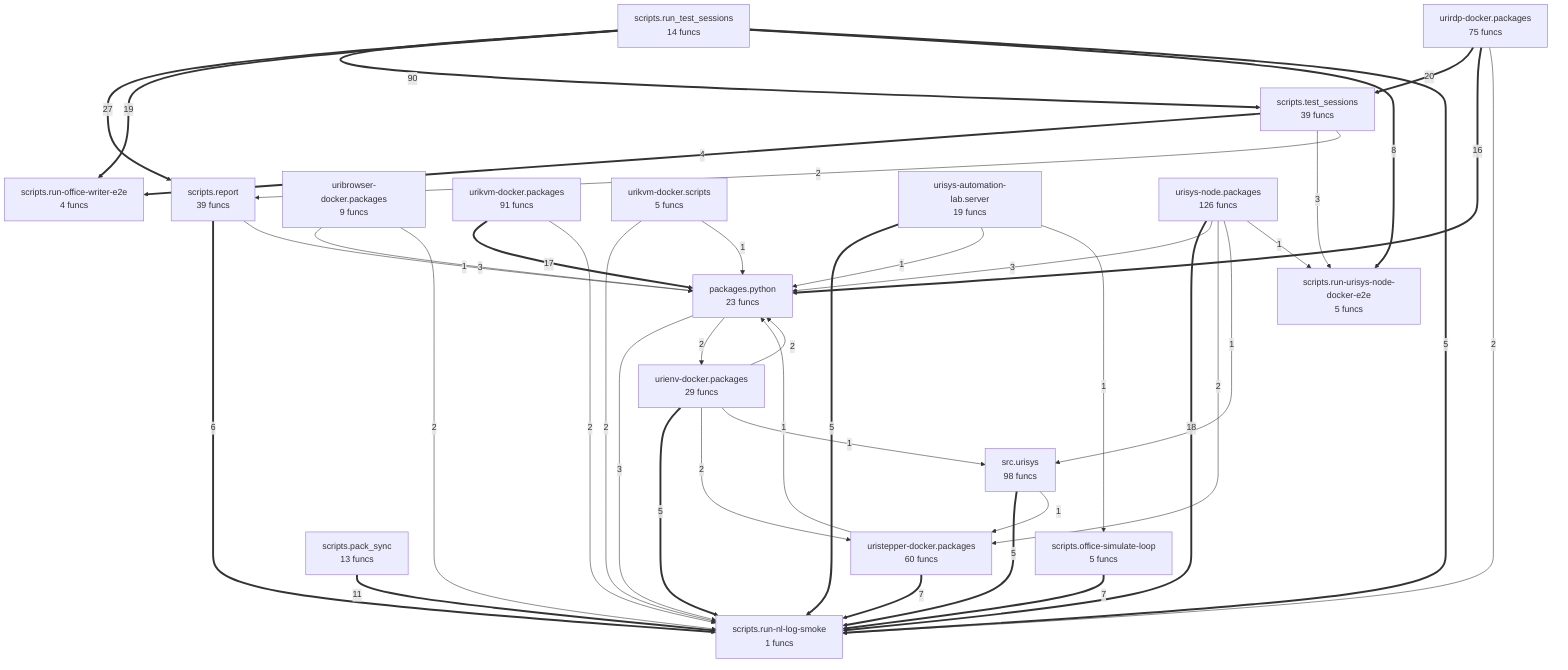
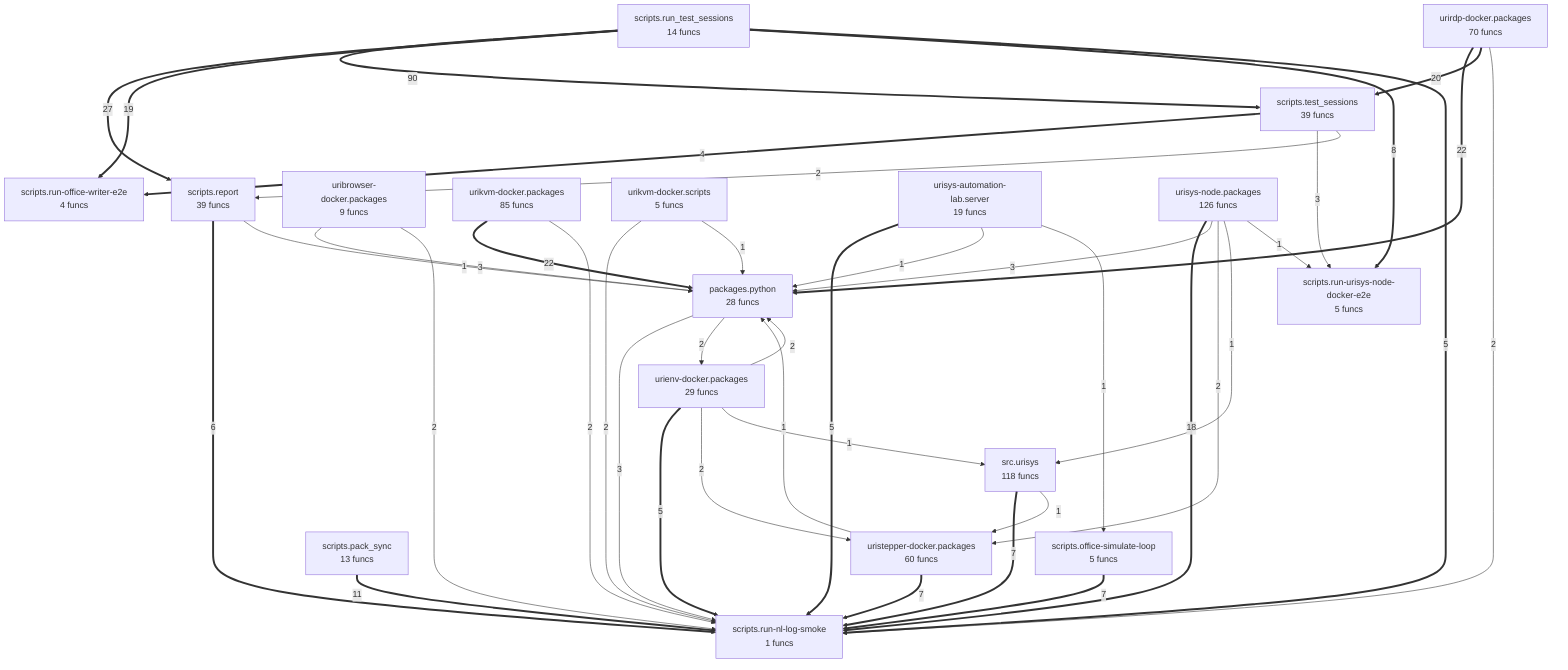
flowchart TD
- %% generated in 0.02s
-     packages__python["packages.python<br/>23 funcs"]
+ %% generated in 0.03s
+     packages__python["packages.python<br/>28 funcs"]
    scripts__office_simulate_loop["scripts.office-simulate-loop<br/>5 funcs"]
    scripts__pack_sync["scripts.pack_sync<br/>13 funcs"]
    scripts__report["scripts.report<br/>39 funcs"]
    scripts__run_nl_log_smoke["scripts.run-nl-log-smoke<br/>1 funcs"]
    scripts__run_office_writer_e2e["scripts.run-office-writer-e2e<br/>4 funcs"]
    scripts__run_urisys_node_docker_e2e["scripts.run-urisys-node-docker-e2e<br/>5 funcs"]
    scripts__run_test_sessions["scripts.run_test_sessions<br/>14 funcs"]
    scripts__test_sessions["scripts.test_sessions<br/>39 funcs"]
-     src__urisys["src.urisys<br/>98 funcs"]
+     src__urisys["src.urisys<br/>118 funcs"]
    uribrowser_docker__packages["uribrowser-docker.packages<br/>9 funcs"]
    urienv_docker__packages["urienv-docker.packages<br/>29 funcs"]
-     urikvm_docker__packages["urikvm-docker.packages<br/>91 funcs"]
+     urikvm_docker__packages["urikvm-docker.packages<br/>85 funcs"]
    urikvm_docker__scripts["urikvm-docker.scripts<br/>5 funcs"]
-     urirdp_docker__packages["urirdp-docker.packages<br/>75 funcs"]
+     urirdp_docker__packages["urirdp-docker.packages<br/>70 funcs"]
    uristepper_docker__packages["uristepper-docker.packages<br/>60 funcs"]
    urisys_automation_lab__server["urisys-automation-lab.server<br/>19 funcs"]
    urisys_node__packages["urisys-node.packages<br/>126 funcs"]
    scripts__run_test_sessions ==>|90| scripts__test_sessions
    scripts__run_test_sessions ==>|27| scripts__report
+     urirdp_docker__packages ==>|22| packages__python
+     urikvm_docker__packages ==>|22| packages__python
    urirdp_docker__packages ==>|20| scripts__test_sessions
    scripts__run_test_sessions ==>|19| scripts__run_office_writer_e2e
    urisys_node__packages ==>|18| scripts__run_nl_log_smoke
-     urikvm_docker__packages ==>|17| packages__python
-     urirdp_docker__packages ==>|16| packages__python
    scripts__pack_sync ==>|11| scripts__run_nl_log_smoke
    scripts__run_test_sessions ==>|8| scripts__run_urisys_node_docker_e2e
+     src__urisys ==>|7| scripts__run_nl_log_smoke
    uristepper_docker__packages ==>|7| scripts__run_nl_log_smoke
    scripts__office_simulate_loop ==>|7| scripts__run_nl_log_smoke
    scripts__report ==>|6| scripts__run_nl_log_smoke
-     src__urisys ==>|5| scripts__run_nl_log_smoke
    scripts__run_test_sessions ==>|5| scripts__run_nl_log_smoke
    urisys_automation_lab__server ==>|5| scripts__run_nl_log_smoke
    urienv_docker__packages ==>|5| scripts__run_nl_log_smoke
    scripts__test_sessions ==>|4| scripts__run_office_writer_e2e
    packages__python -->|3| scripts__run_nl_log_smoke
    scripts__test_sessions -->|3| scripts__run_urisys_node_docker_e2e
    uribrowser_docker__packages -->|3| packages__python
    urisys_node__packages -->|3| packages__python
    packages__python -->|2| urienv_docker__packages
    scripts__test_sessions -->|2| scripts__report
    urirdp_docker__packages -->|2| scripts__run_nl_log_smoke
    uribrowser_docker__packages -->|2| scripts__run_nl_log_smoke
    urikvm_docker__packages -->|2| scripts__run_nl_log_smoke
    urikvm_docker__scripts -->|2| scripts__run_nl_log_smoke
    urienv_docker__packages -->|2| uristepper_docker__packages
    urienv_docker__packages -->|2| packages__python
    urisys_node__packages -->|2| uristepper_docker__packages
+     src__urisys -->|1| uristepper_docker__packages
    uristepper_docker__packages -->|1| packages__python
    scripts__report -->|1| packages__python
    urikvm_docker__scripts -->|1| packages__python
    urisys_automation_lab__server -->|1| packages__python
    urisys_automation_lab__server -->|1| scripts__office_simulate_loop
    urienv_docker__packages -->|1| src__urisys
    urisys_node__packages -->|1| src__urisys
    urisys_node__packages -->|1| scripts__run_urisys_node_docker_e2e
-     src__urisys -->|1| uristepper_docker__packages
